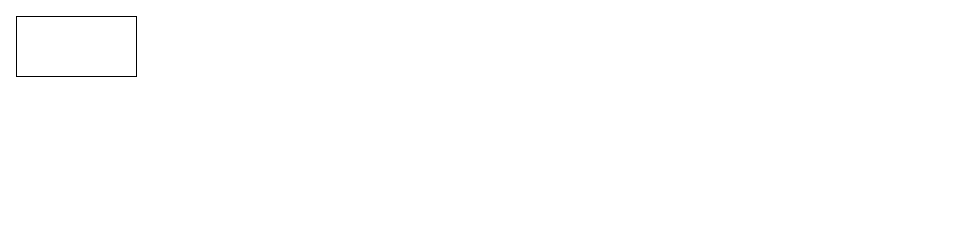
Above: VPIN.drawio in dabuchera/drawio (draw.io), before the change. Source tidied: cells renumbered, new cells numbered last; positions are measured from the earlier drawing's top-left corner, leaving out a move shared by most shapes. Both pictures are drawn from the tidied source at 100%, with x=0, y=0 at pixel (16, 16).
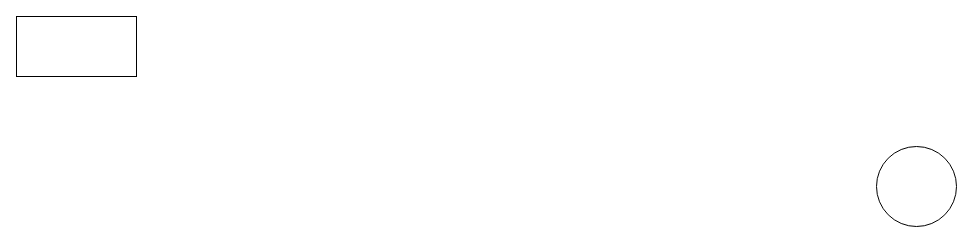
The same diagram, later.

Change to the diagram source:
```diff
@@
 <mxGraphModel>
   <root>
     <mxCell id="0" />
     <mxCell id="1" parent="0" />
     <mxCell id="2" style="rounded=0;whiteSpace=wrap;html=1;" parent="1" vertex="1">
       <mxGeometry width="120" height="60" as="geometry" />
     </mxCell>
+    <mxCell id="3" style="ellipse;whiteSpace=wrap;html=1;" parent="1" vertex="1">
+      <mxGeometry x="860" y="130" width="80" height="80" as="geometry" />
+    </mxCell>
   </root>
 </mxGraphModel>
```
